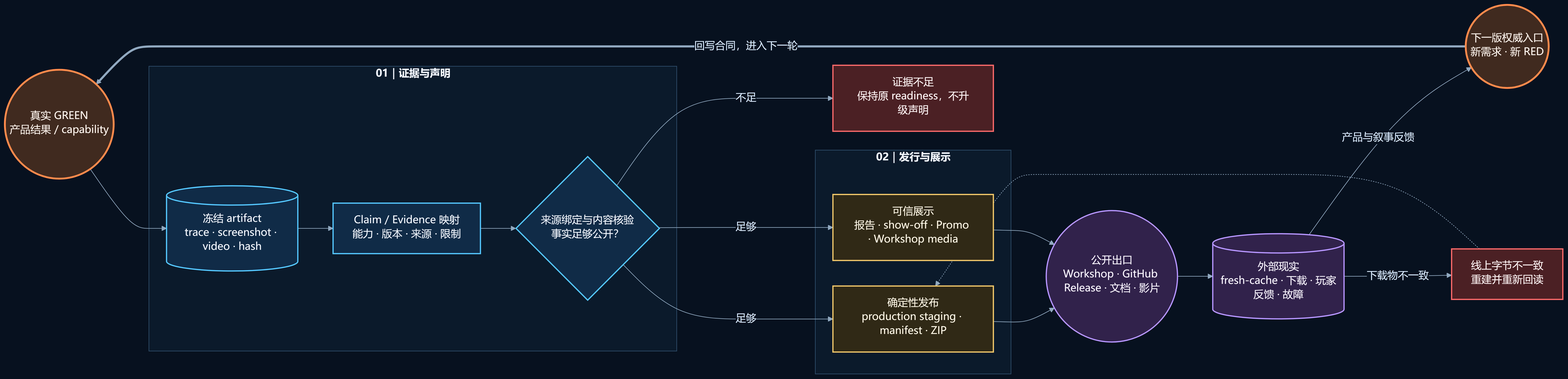
Earlier version of the Mermaid export docs/project-causality-architecture/rendered/05-loop-d-evidence-release.png (XenoAmess/ck3_eternal_recurrence). Its source is kept beside it as docs/project-causality-architecture/src/05-loop-d-evidence-release.mmd. Source of this version:
```mermaid
flowchart LR
    D1(("真实 GREEN<br/>产品结果 / capability"))

    subgraph TRUST["01｜证据与声明"]
      direction TB
      D2[("冻结 artifact<br/>trace · screenshot · video · hash")]
      D3["Claim / Evidence 映射<br/>能力 · 版本 · 来源 · 限制"]
      D4{"来源绑定与内容核验<br/>事实足够公开？"}
      D2 --> D3 --> D4
    end

    subgraph DELIVERY["02｜发行与展示"]
      direction TB
      D5["确定性发布<br/>production staging · manifest · ZIP"]
      D6["可信展示<br/>报告 · show-off · Promo · Workshop media"]
    end

    D7(("公开出口<br/>Workshop · GitHub Release · 文档 · 影片"))
    D8[("外部现实<br/>fresh-cache · 下载 · 玩家反馈 · 故障")]
    D9(("下一版权威入口<br/>新需求 · 新 RED"))
    HOLD["证据不足<br/>保持原 readiness，不升级声明"]
    REBUILD["线上字节不一致<br/>重建并重新回读"]

    D1 --> D2
    D4 -- "足够" --> D5
    D4 -- "足够" --> D6
    D4 -- "不足" --> HOLD
    D5 --> D7
    D6 --> D7
    D7 --> D8
    D8 -- "产品与叙事反馈" --> D9
    D8 -- "下载物不一致" --> REBUILD
    REBUILD -.-> D5
    D9 == "回写合同，进入下一轮" ==> D1

    class D1,D9 loop;
    class D2,D3,D4 evidence;
    class D5,D6 delivery;
    class D7,D8 public;
    class HOLD,REBUILD red;
    classDef loop fill:#402a1f,stroke:#ff8a4c,color:#fff6ef,stroke-width:3px;
    classDef evidence fill:#102b47,stroke:#55c8ff,color:#f4f8ff,stroke-width:2px;
    classDef delivery fill:#302916,stroke:#f3c96b,color:#fff8e7,stroke-width:2px;
    classDef public fill:#31224b,stroke:#b796ff,color:#faf6ff,stroke-width:2px;
    classDef red fill:#4b2024,stroke:#ff6b6b,color:#fff5f5,stroke-width:2px;
```
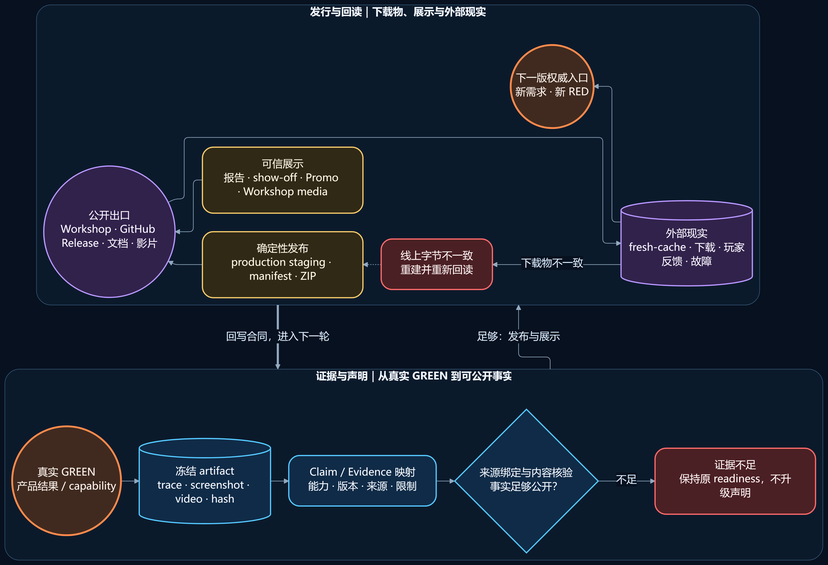
Later version of the same file.

The edit, as a diff of the source:
```diff
@@ -1,37 +1,31 @@
-flowchart LR
-    D1(("真实 GREEN<br/>产品结果 / capability"))
-
-    subgraph TRUST["01｜证据与声明"]
-      direction TB
+flowchart TB
+    subgraph TRUST["证据与声明｜从真实 GREEN 到可公开事实"]
+      direction LR
+      D1(("真实 GREEN<br/>产品结果 / capability"))
       D2[("冻结 artifact<br/>trace · screenshot · video · hash")]
       D3["Claim / Evidence 映射<br/>能力 · 版本 · 来源 · 限制"]
       D4{"来源绑定与内容核验<br/>事实足够公开？"}
-      D2 --> D3 --> D4
+      HOLD["证据不足<br/>保持原 readiness，不升级声明"]
+      D1 --> D2 --> D3 --> D4
+      D4 -- "不足" --> HOLD
     end
 
-    subgraph DELIVERY["02｜发行与展示"]
-      direction TB
+    subgraph DELIVERY["发行与回读｜下载物、展示与外部现实"]
+      direction RL
       D5["确定性发布<br/>production staging · manifest · ZIP"]
       D6["可信展示<br/>报告 · show-off · Promo · Workshop media"]
+      D7(("公开出口<br/>Workshop · GitHub Release · 文档 · 影片"))
+      D8[("外部现实<br/>fresh-cache · 下载 · 玩家反馈 · 故障")]
+      D9(("下一版权威入口<br/>新需求 · 新 RED"))
+      REBUILD["线上字节不一致<br/>重建并重新回读"]
+      D5 --> D7
+      D6 --> D7 --> D8 --> D9
+      D8 -- "下载物不一致" --> REBUILD
+      REBUILD -.-> D5
     end
 
-    D7(("公开出口<br/>Workshop · GitHub Release · 文档 · 影片"))
-    D8[("外部现实<br/>fresh-cache · 下载 · 玩家反馈 · 故障")]
-    D9(("下一版权威入口<br/>新需求 · 新 RED"))
-    HOLD["证据不足<br/>保持原 readiness，不升级声明"]
-    REBUILD["线上字节不一致<br/>重建并重新回读"]
-
-    D1 --> D2
-    D4 -- "足够" --> D5
-    D4 -- "足够" --> D6
-    D4 -- "不足" --> HOLD
-    D5 --> D7
-    D6 --> D7
-    D7 --> D8
-    D8 -- "产品与叙事反馈" --> D9
-    D8 -- "下载物不一致" --> REBUILD
-    REBUILD -.-> D5
-    D9 == "回写合同，进入下一轮" ==> D1
+    TRUST -- "足够：发布与展示" --> DELIVERY
+    DELIVERY == "回写合同，进入下一轮" ==> TRUST
 
     class D1,D9 loop;
     class D2,D3,D4 evidence;
```
